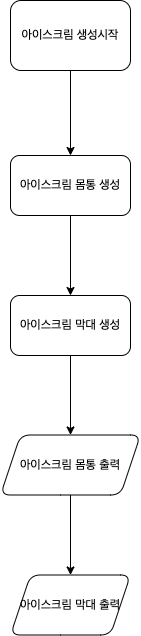
Earlier version of the draw.io export 아이스크림_순서도.png (yagom-academy/swift-starter-Round1). Source tidied: cells renumbered, new cells last; positions are measured from the earlier drawing's top-left corner, leaving out a move shared by most shapes. Its diagram source:
```xml
<mxGraphModel>
  <root>
    <mxCell id="0" />
    <mxCell id="1" parent="0" />
    <mxCell id="2" style="edgeStyle=orthogonalEdgeStyle;rounded=0;jettySize=auto;html=1;" parent="1" edge="1" source="3" target="5">
      <mxGeometry relative="1" as="geometry" />
    </mxCell>
    <mxCell id="3" value="아이스크림 생성시작" style="rounded=1;whiteSpace=wrap;html=1;" parent="1" vertex="1">
      <mxGeometry x="10" width="120" height="70" as="geometry" />
    </mxCell>
    <mxCell id="4" style="edgeStyle=orthogonalEdgeStyle;rounded=0;jettySize=auto;html=1;" parent="1" edge="1" source="5" target="7">
      <mxGeometry relative="1" as="geometry" />
    </mxCell>
    <mxCell id="5" value="아이스크림 몸통 생성" style="whiteSpace=wrap;html=1;rounded=1;" parent="1" vertex="1">
      <mxGeometry x="10" y="155" width="120" height="60" as="geometry" />
    </mxCell>
    <mxCell id="6" style="edgeStyle=orthogonalEdgeStyle;rounded=0;jettySize=auto;html=1;" parent="1" edge="1" source="7" target="9">
      <mxGeometry relative="1" as="geometry" />
    </mxCell>
    <mxCell id="7" value="아이스크림 막대 생성" style="whiteSpace=wrap;html=1;rounded=1;" parent="1" vertex="1">
      <mxGeometry x="10" y="295" width="120" height="60" as="geometry" />
    </mxCell>
    <mxCell id="8" style="edgeStyle=orthogonalEdgeStyle;rounded=0;jettySize=auto;html=1;" parent="1" edge="1" source="9" target="10">
      <mxGeometry relative="1" as="geometry" />
    </mxCell>
    <mxCell id="9" value="아이스크림 몸통 출력" style="shape=parallelogram;perimeter=parallelogramPerimeter;whiteSpace=wrap;html=1;fixedSize=1;rounded=1;" parent="1" vertex="1">
      <mxGeometry y="434.5" width="140" height="60" as="geometry" />
    </mxCell>
    <mxCell id="10" value="아이스크림 막대 출력" style="shape=parallelogram;perimeter=parallelogramPerimeter;whiteSpace=wrap;html=1;fixedSize=1;rounded=1;" parent="1" vertex="1">
      <mxGeometry x="10" y="574.5" width="120" height="60" as="geometry" />
    </mxCell>
  </root>
</mxGraphModel>
```
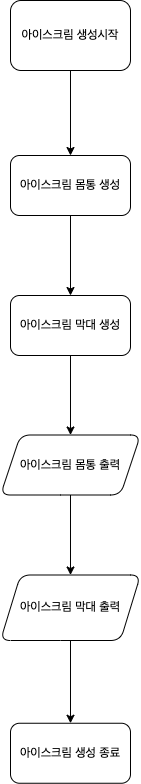
Later version of the same file.

The edit, as a diff of the source:
```diff
@@ -26,8 +26,14 @@
     <mxCell id="9" value="아이스크림 몸통 출력" style="shape=parallelogram;perimeter=parallelogramPerimeter;whiteSpace=wrap;html=1;fixedSize=1;rounded=1;" parent="1" vertex="1">
       <mxGeometry y="434.5" width="140" height="60" as="geometry" />
     </mxCell>
+    <mxCell id="11" style="edgeStyle=orthogonalEdgeStyle;rounded=0;jettySize=auto;html=1;" parent="1" edge="1" source="10" target="12">
+      <mxGeometry relative="1" as="geometry" />
+    </mxCell>
     <mxCell id="10" value="아이스크림 막대 출력" style="shape=parallelogram;perimeter=parallelogramPerimeter;whiteSpace=wrap;html=1;fixedSize=1;rounded=1;" parent="1" vertex="1">
-      <mxGeometry x="10" y="574.5" width="120" height="60" as="geometry" />
+      <mxGeometry y="574.5" width="140" height="65.5" as="geometry" />
     </mxCell>
+    <mxCell id="12" value="아이스크림 생성 종료" style="whiteSpace=wrap;html=1;rounded=1;" parent="1" vertex="1">
+      <mxGeometry x="10" y="722.8" width="120" height="60" as="geometry" />
+    </mxCell>
   </root>
 </mxGraphModel>
```
